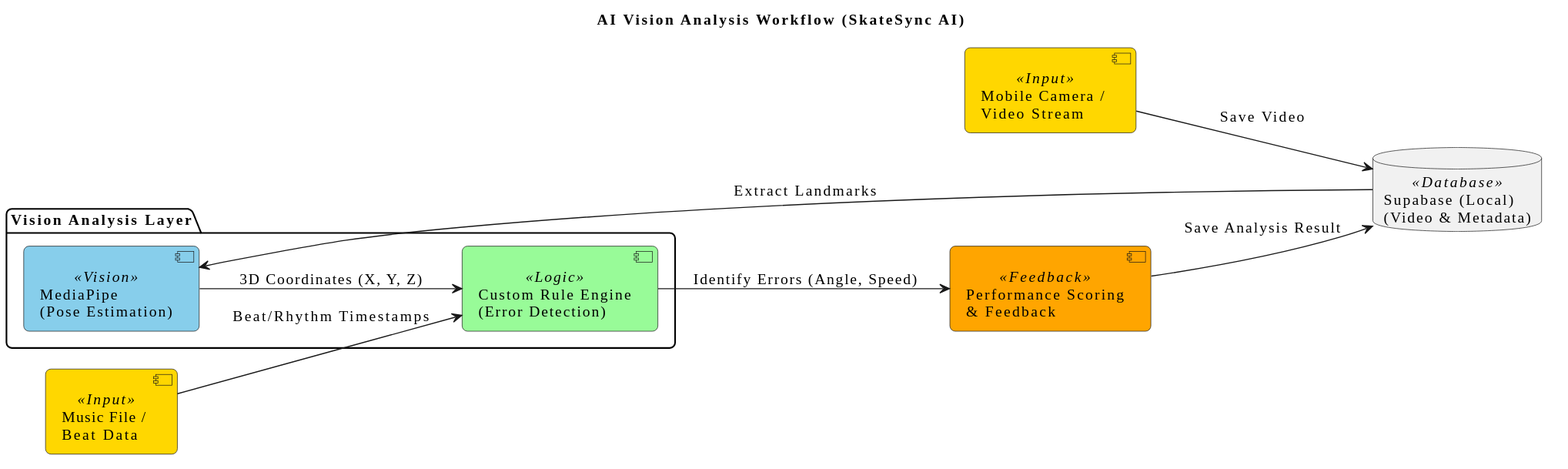
Earlier version of the PlantUML export workflows/vision_workflow.svg (myz21/metu-sports-hackhaton).
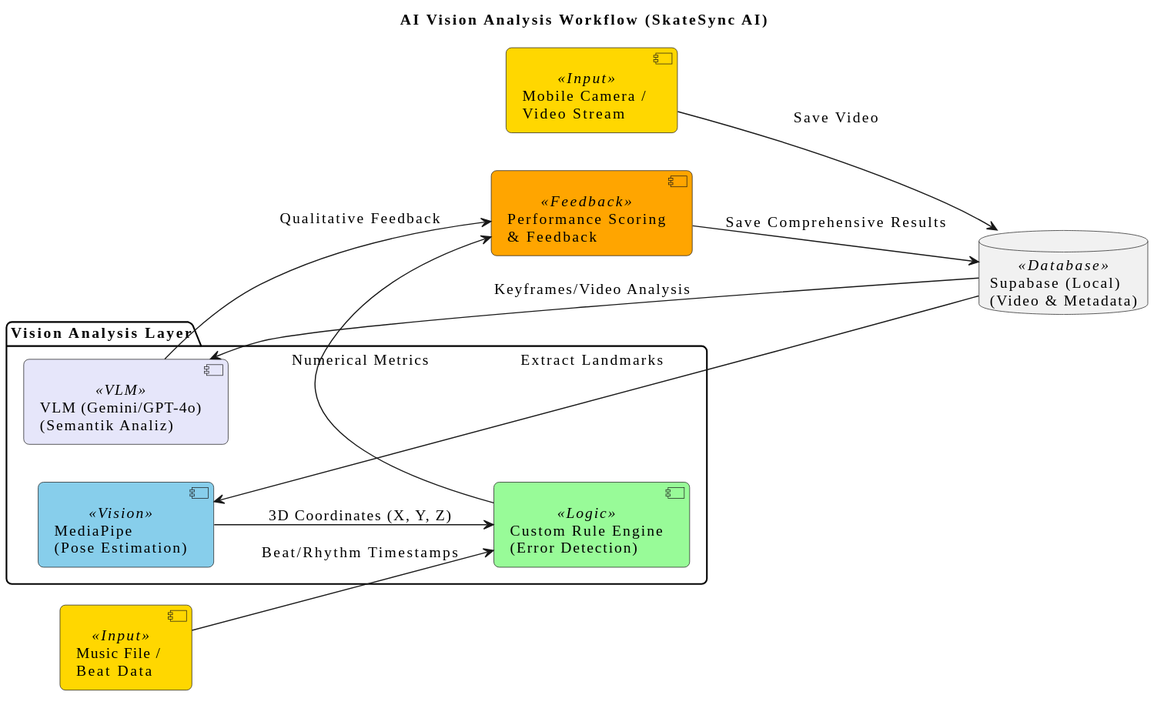
The same diagram one commit later.

Change to the diagram source:
```diff
@@ -12,6 +12,7 @@
     BackgroundColor<<Database>> #F1F1F1
     BackgroundColor<<Feedback>> #FFA500
     BackgroundColor<<Audio>> #DDA0DD
+    BackgroundColor<<VLM>> #E6E6FA
 }
 
 title AI Vision Analysis Workflow (SkateSync AI)
@@ -25,14 +26,17 @@
 package "Vision Analysis Layer" {
   component "MediaPipe\n(Pose Estimation)" <<Vision>> as MediaPipe
   component "Custom Rule Engine\n(Error Detection)" <<Logic>> as Logic
+  component "VLM (Gemini/GPT-4o)\n(Semantik Analiz)" <<VLM>> as VLM
 }
 
 component "Performance Scoring\n& Feedback" <<Feedback>> as Score
 
 Camera --> Supabase : Save Video
 Supabase --> MediaPipe : Extract Landmarks
+Supabase --> VLM : Keyframes/Video Analysis
 MediaPipe --> Logic : 3D Coordinates (X, Y, Z)
 Music --> Logic : Beat/Rhythm Timestamps
-Logic --> Score : Identify Errors (Angle, Speed)
-Score --> Supabase : Save Analysis Result
+Logic --> Score : Numerical Metrics
+VLM --> Score : Qualitative Feedback
+Score --> Supabase : Save Comprehensive Results
 @enduml
```
